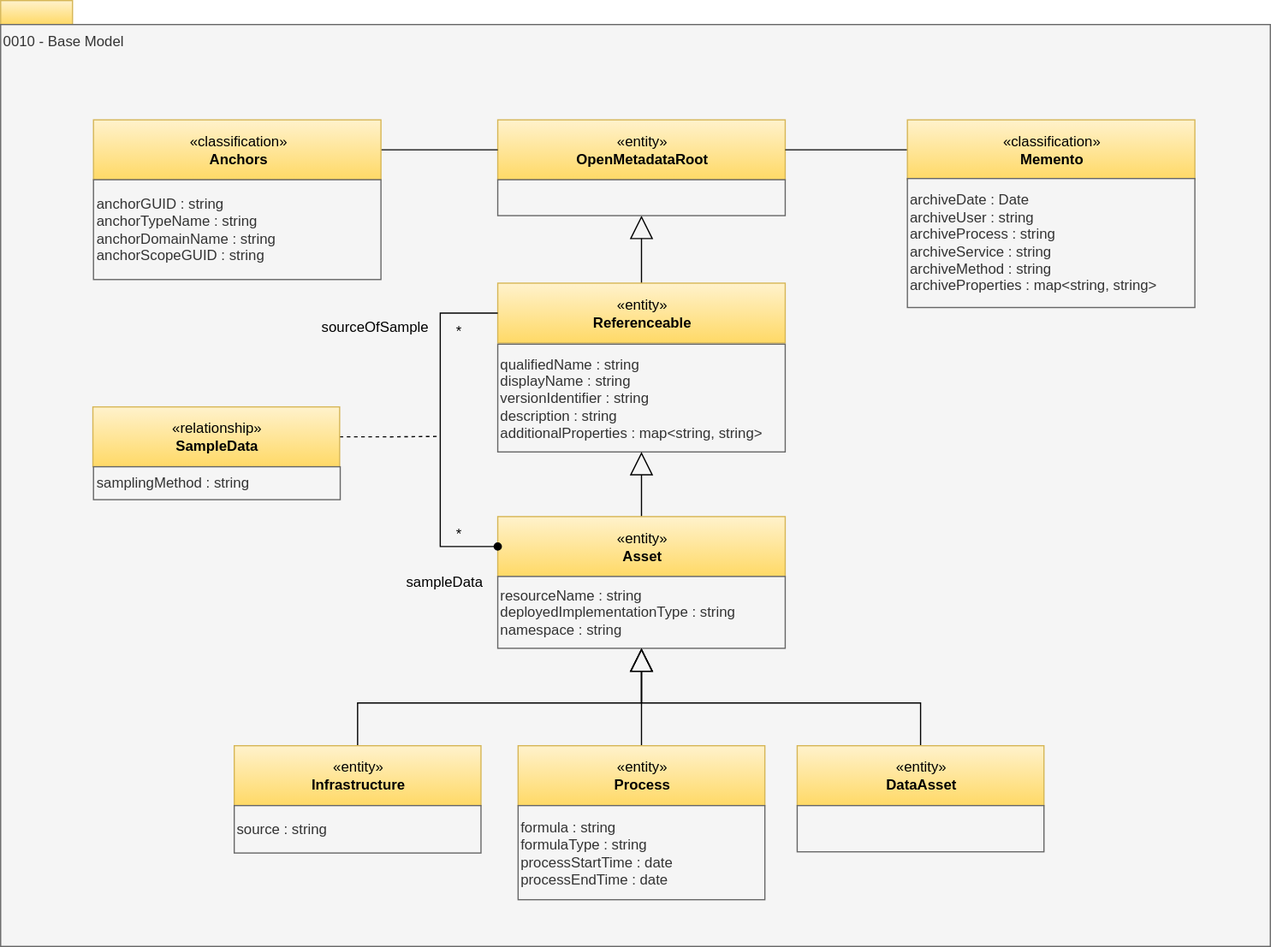
This is site/docs/types/0/0010-Base-Model.svg from odpi/egeria-docs, a draw.io export, as it was before one commit. Source tidied: cells renumbered, new cells last; positions are measured from the earlier drawing's top-left corner, leaving out a move shared by most shapes.
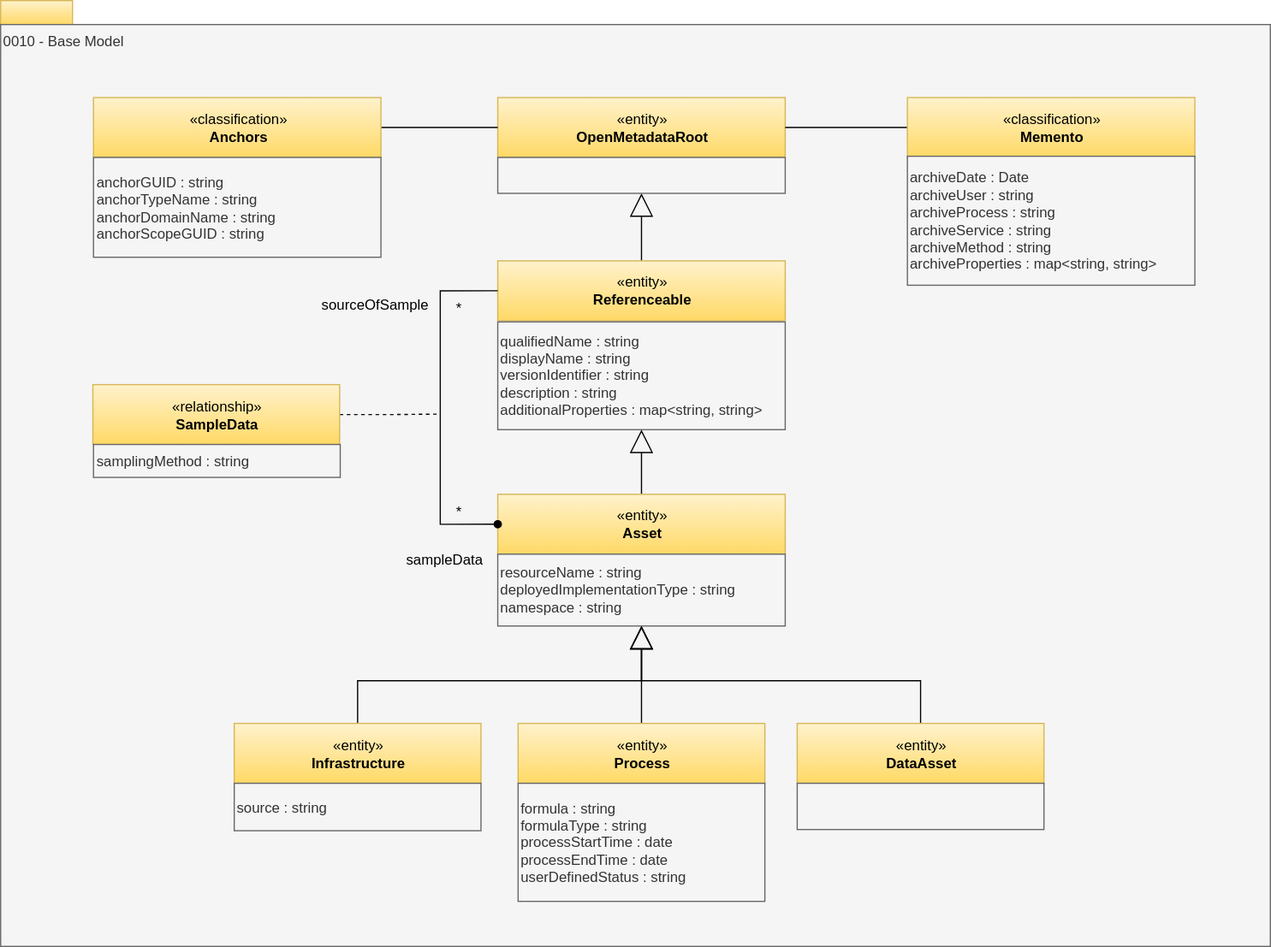
Later version of the same file.

The edit, as a diff of the source:
```diff
@@ -3,10 +3,10 @@
     <mxCell id="0" />
     <mxCell id="1" parent="0" />
     <mxCell id="2" style="rounded=0;whiteSpace=wrap;html=1;align=left;fillColor=#fff2cc;strokeColor=#d6b656;gradientColor=#ffd966;" parent="1" vertex="1">
-      <mxGeometry width="60" height="20" as="geometry" />
+      <mxGeometry y="18.6" width="60" height="20" as="geometry" />
     </mxCell>
     <mxCell id="3" value="0010 - Base Model" style="rounded=0;whiteSpace=wrap;html=1;align=left;verticalAlign=top;fillColor=#f5f5f5;fontColor=#333333;strokeColor=#666666;" parent="1" vertex="1">
-      <mxGeometry y="20" width="1060" height="770" as="geometry" />
+      <mxGeometry y="38.6" width="1060" height="770" as="geometry" />
     </mxCell>
     <mxCell id="4" style="edgeStyle=orthogonalEdgeStyle;rounded=0;jettySize=auto;html=1;exitX=0.5;exitY=0;exitDx=0;exitDy=0;entryX=0.5;entryY=1;entryDx=0;entryDy=0;endArrow=block;endFill=0;endSize=17;" parent="1" edge="1" source="5" target="19">
       <mxGeometry relative="1" as="geometry" />
@@ -38,8 +38,8 @@
     <mxCell id="13" value="«entity»&lt;br&gt;&lt;b&gt;Process&lt;/b&gt;" style="html=1;strokeColor=#d6b656;align=center;fillColor=#fff2cc;gradientColor=#ffd966;" parent="1" vertex="1">
       <mxGeometry x="432" y="622.4" width="206" height="50" as="geometry" />
     </mxCell>
-    <mxCell id="14" value="formula : string&lt;br&gt;formulaType : string&lt;div&gt;processStartTime : date&lt;br&gt;processEndTime : date&lt;/div&gt;" style="rounded=0;whiteSpace=wrap;html=1;strokeColor=#666666;align=left;fillColor=#f5f5f5;fontColor=#333333;" parent="1" vertex="1">
-      <mxGeometry x="432" y="672.4" width="206" height="78.6" as="geometry" />
+    <mxCell id="14" value="formula : string&lt;br&gt;formulaType : string&lt;div&gt;processStartTime : date&lt;br&gt;processEndTime : date&lt;/div&gt;&lt;div&gt;userDefinedStatus : string&lt;/div&gt;" style="rounded=0;whiteSpace=wrap;html=1;strokeColor=#666666;align=left;fillColor=#f5f5f5;fontColor=#333333;" parent="1" vertex="1">
+      <mxGeometry x="432" y="672.4" width="206" height="98.6" as="geometry" />
     </mxCell>
     <mxCell id="15" style="edgeStyle=orthogonalEdgeStyle;rounded=0;jettySize=auto;html=1;exitX=0.5;exitY=0;exitDx=0;exitDy=0;endArrow=block;endFill=0;endSize=17;entryX=0.5;entryY=1;entryDx=0;entryDy=0;" parent="1" edge="1" source="16" target="11">
       <mxGeometry relative="1" as="geometry" />
@@ -105,7 +105,7 @@
         </Array>
       </mxGeometry>
     </mxCell>
-    <mxCell id="34" value="source : string" style="rounded=0;whiteSpace=wrap;html=1;strokeColor=#666666;align=left;fillColor=#f5f5f5;fontColor=#333333;" parent="1" vertex="1">
+    <mxCell id="34" value="source : strin&lt;span style=&quot;background-color: transparent; color: light-dark(rgb(51, 51, 51), rgb(193, 193, 193));&quot;&gt;g&lt;/span&gt;" style="rounded=0;whiteSpace=wrap;html=1;strokeColor=#666666;align=left;fillColor=#f5f5f5;fontColor=#333333;" parent="1" vertex="1">
       <mxGeometry x="195" y="672.4" width="206" height="39.6" as="geometry" />
     </mxCell>
   </root>
```
